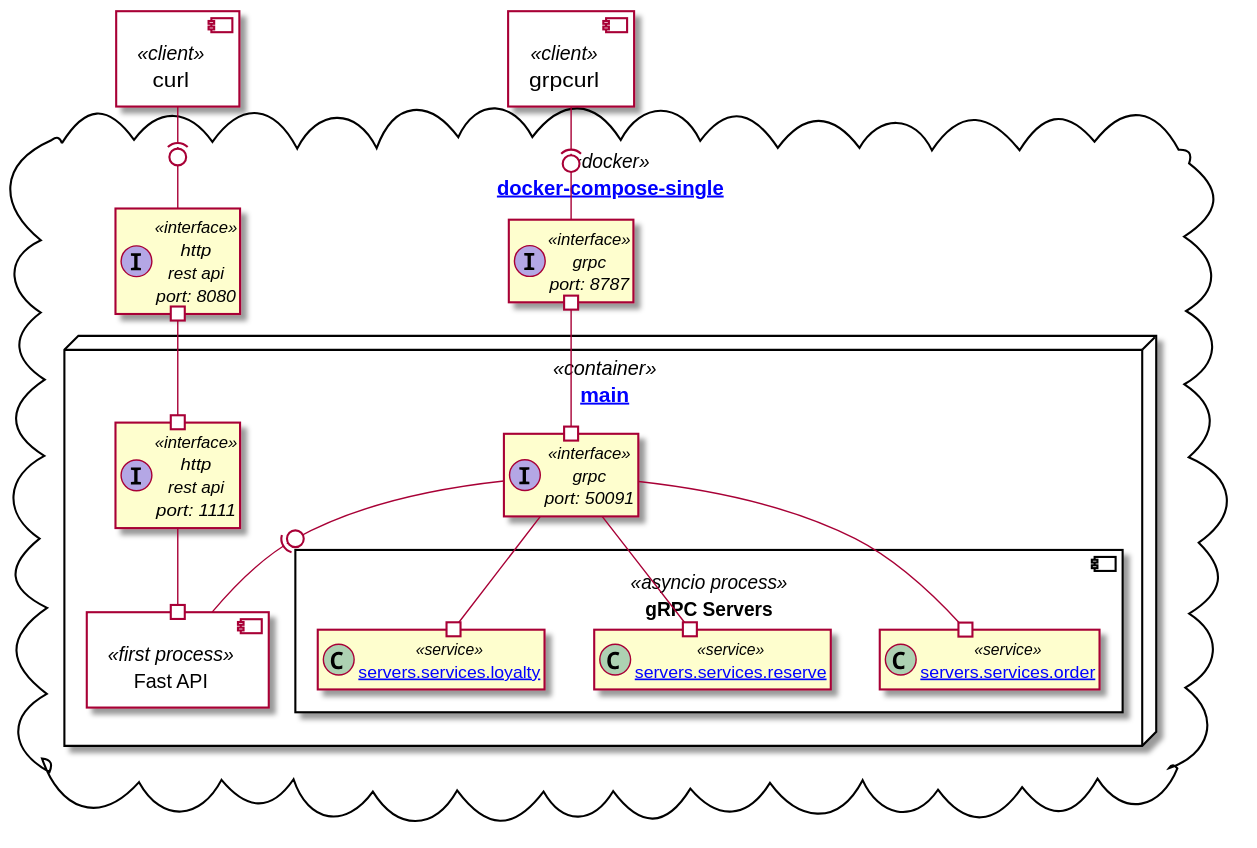
Before: adr/day1/deploy-singl.svg, a diagram exported from PlantUML (arootcom/grpc-fastapi).
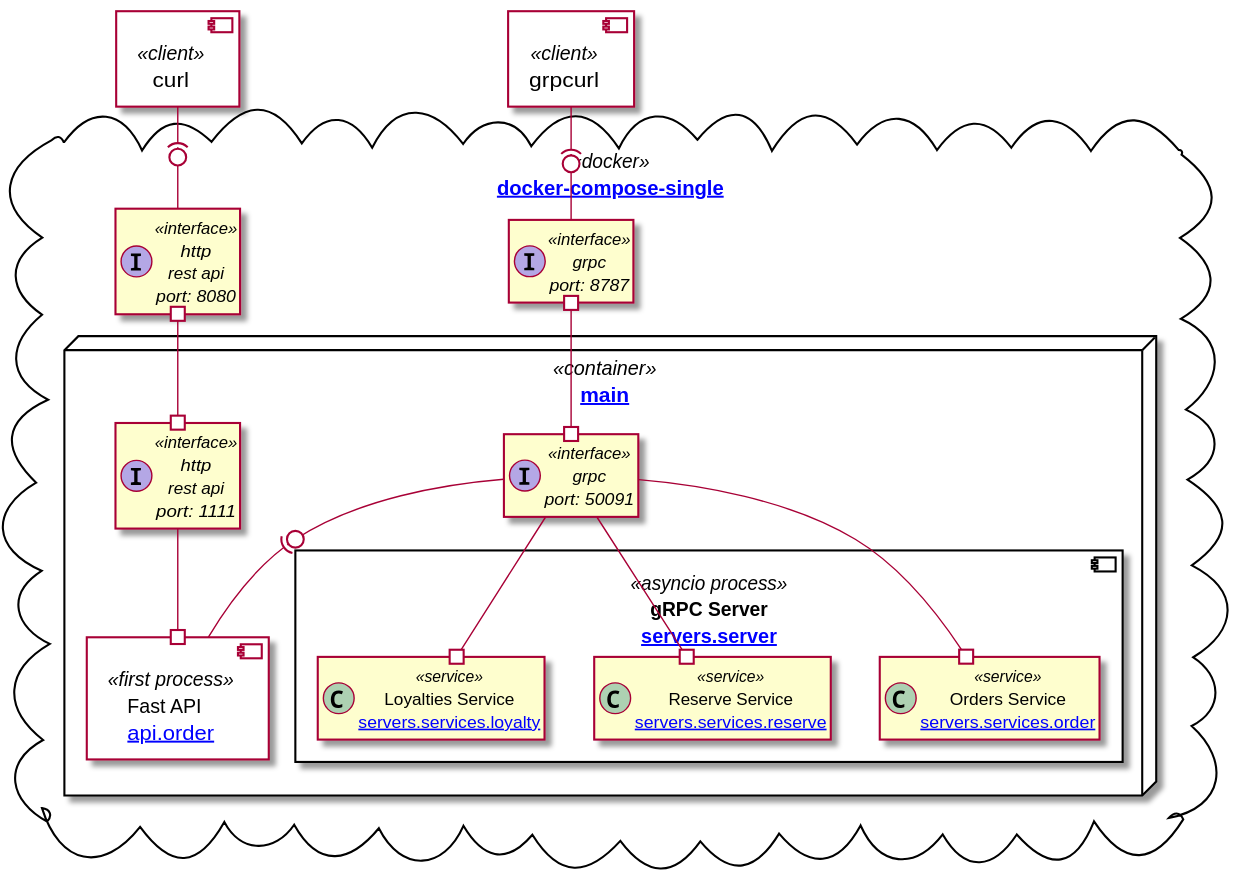
The same file after the commit.

Commit message:
~ single start

Change to the diagram source:
```diff
@@ -24,14 +24,14 @@
         interface grpc as "grpc\nport: 50091" <<interface>>
         local_grpc #--# grpc
 
-        component api as "Fast API" <<first process>> {
+        component api as "Fast API\n[[https://github.com/arootcom/grpc-fastapi/blob/day1/app/api/order.py api.order]]" <<first process>> {
         }
         http --# api
 
-        component server as "gRPC Servers" <<asyncio process>> {
-            class orders as "[[https://github.com/arootcom/grpc-fastapi/blob/day1/app/servers/services/order.py servers.services.order]]" <<service>>
-            class reserve as "[[https://github.com/arootcom/grpc-fastapi/blob/day1/app/servers/services/reserve.py servers.services.reserve]]" <<service>>
-            class loyalty as "[[https://github.com/arootcom/grpc-fastapi/blob/day1/app/servers/services/loyalty.py servers.services.loyalty]]" <<service>>
+        component server as "gRPC Server\n[[https://github.com/arootcom/grpc-fastapi/blob/day1/app/servers/server.py servers.server]]" <<asyncio process>> {
+        class orders as "Orders Service\n[[https://github.com/arootcom/grpc-fastapi/blob/day1/app/servers/services/order.py servers.services.order]]" <<service>>
+        class reserve as "Reserve Service\n[[https://github.com/arootcom/grpc-fastapi/blob/day1/app/servers/services/reserve.py servers.services.reserve]]" <<service>>
+            class loyalty as "Loyalties Service\n[[https://github.com/arootcom/grpc-fastapi/blob/day1/app/servers/services/loyalty.py servers.services.loyalty]]" <<service>>
         }
         grpc --# orders
         grpc --# reserve
```
